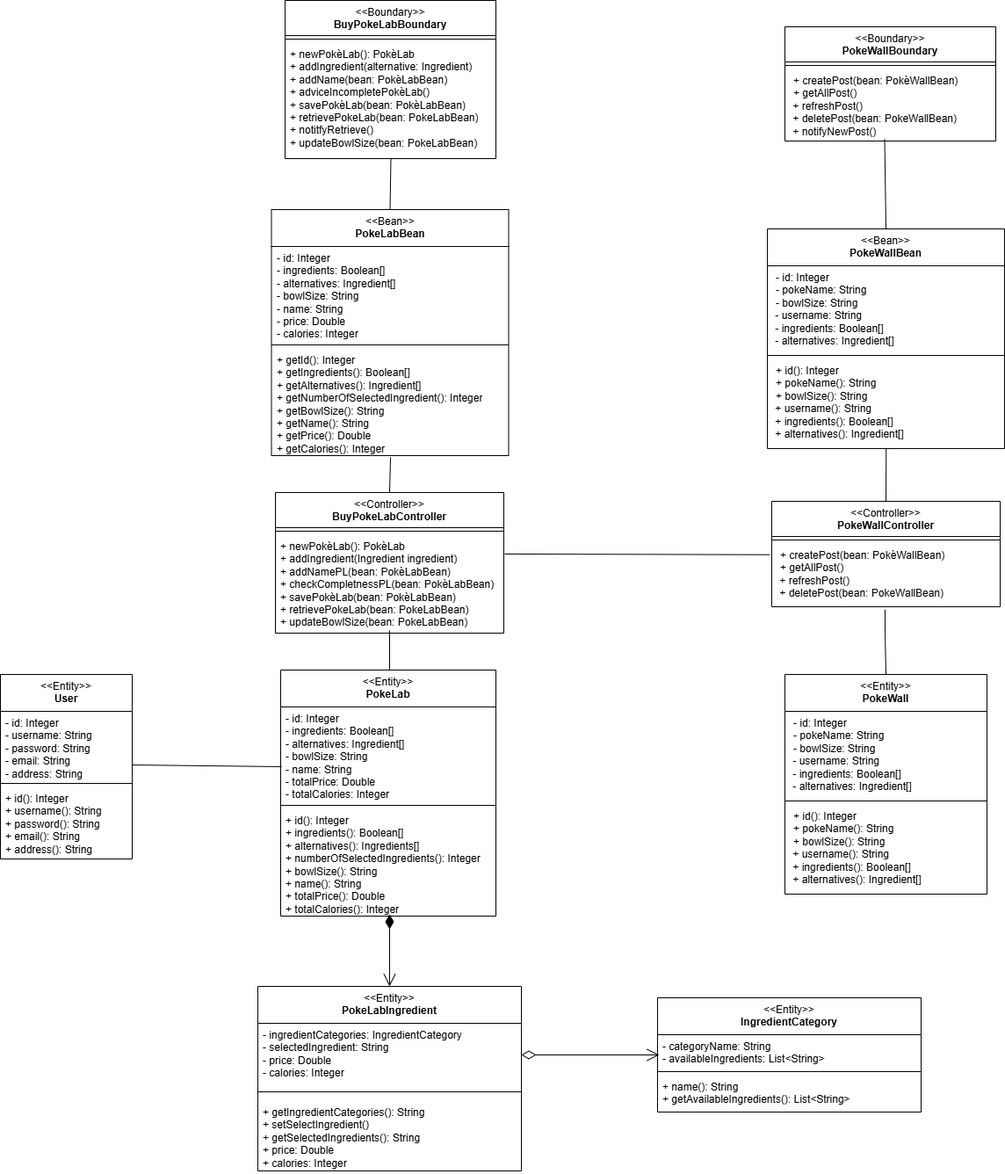
Above: diagrams/BCE.drawio.png in matteopinfildi/YourPoke-ISPWProject (draw.io), before the change. Source tidied: cells renumbered, new cells last; positions are measured from the earlier drawing's top-left corner, leaving out a move shared by most shapes.
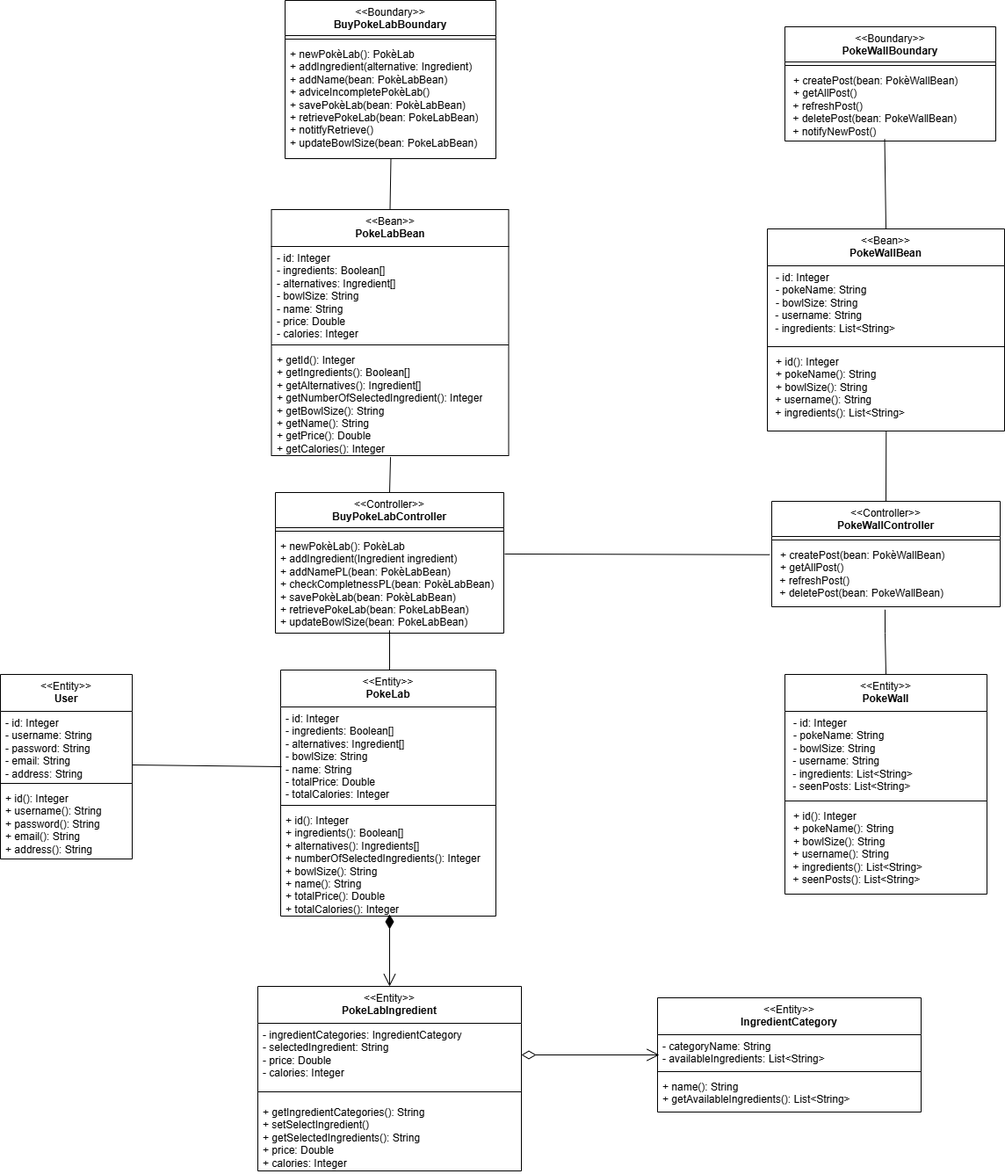
After the commit.

Change to the diagram source:
```diff
@@ -71,13 +71,13 @@
     <mxCell id="21" value="&lt;div&gt;&lt;span style=&quot;font-weight: 400;&quot;&gt;&amp;lt;&amp;lt;Entity&amp;gt;&amp;gt;&lt;/span&gt;&lt;br&gt;&lt;/div&gt;PokeWall" style="swimlane;fontStyle=1;align=center;verticalAlign=top;horizontal=1;startSize=42;whiteSpace=wrap;html=1;" parent="1" vertex="1">
       <mxGeometry x="893" y="767" width="230" height="250" as="geometry" />
     </mxCell>
-    <mxCell id="22" value="&lt;p style=&quot;margin: 0px 0px 0px 4px;&quot;&gt;- id: Integer&lt;/p&gt;&lt;p style=&quot;margin: 0px 0px 0px 4px;&quot;&gt;- pokeName: String&lt;/p&gt;&lt;p style=&quot;margin: 0px 0px 0px 4px;&quot;&gt;- bowlSize: String&lt;/p&gt;&amp;nbsp;- username: String&lt;div&gt;&amp;nbsp;- ingredients: Boolean[]&lt;/div&gt;&lt;div&gt;&amp;nbsp;- alternatives: Ingredient[]&lt;/div&gt;" style="text;strokeColor=none;fillColor=none;align=left;verticalAlign=top;spacingLeft=4;spacingRight=4;overflow=hidden;whiteSpace=wrap;html=1;" parent="21" vertex="1">
+    <mxCell id="22" value="&lt;p style=&quot;margin: 0px 0px 0px 4px;&quot;&gt;- id: Integer&lt;/p&gt;&lt;p style=&quot;margin: 0px 0px 0px 4px;&quot;&gt;- pokeName: String&lt;/p&gt;&lt;p style=&quot;margin: 0px 0px 0px 4px;&quot;&gt;- bowlSize: String&lt;/p&gt;&amp;nbsp;- username: String&lt;div&gt;&amp;nbsp;- ingredients: List&amp;lt;String&amp;gt;&lt;/div&gt;&lt;div&gt;&amp;nbsp;- seenPosts: List&amp;lt;String&amp;gt;&lt;/div&gt;" style="text;strokeColor=none;fillColor=none;align=left;verticalAlign=top;spacingLeft=4;spacingRight=4;overflow=hidden;whiteSpace=wrap;html=1;" parent="21" vertex="1">
       <mxGeometry y="42" width="230" height="98" as="geometry" />
     </mxCell>
     <mxCell id="23" style="line;strokeWidth=1;fillColor=none;align=left;verticalAlign=middle;spacingTop=-1;spacingLeft=3;spacingRight=3;labelPosition=right;strokeColor=inherit;" parent="21" vertex="1">
       <mxGeometry y="140" width="230" height="8" as="geometry" />
     </mxCell>
-    <mxCell id="24" value="&lt;p style=&quot;margin: 0px 0px 0px 4px;&quot;&gt;+ id(): Integer&lt;/p&gt;&lt;p style=&quot;margin: 0px 0px 0px 4px;&quot;&gt;+ pokeName(): String&lt;/p&gt;&lt;p style=&quot;margin: 0px 0px 0px 4px;&quot;&gt;+ bowlSize(): String&lt;/p&gt;&amp;nbsp;+ username(): String&lt;div&gt;&amp;nbsp;+ ingredients(): Boolean[]&lt;/div&gt;&lt;div&gt;&amp;nbsp;+ alternatives(): Ingredient[]&lt;/div&gt;" style="text;strokeColor=none;fillColor=none;align=left;verticalAlign=top;spacingLeft=4;spacingRight=4;overflow=hidden;whiteSpace=wrap;html=1;" parent="21" vertex="1">
+    <mxCell id="24" value="&lt;p style=&quot;margin: 0px 0px 0px 4px;&quot;&gt;+ id(): Integer&lt;/p&gt;&lt;p style=&quot;margin: 0px 0px 0px 4px;&quot;&gt;+ pokeName(): String&lt;/p&gt;&lt;p style=&quot;margin: 0px 0px 0px 4px;&quot;&gt;+ bowlSize(): String&lt;/p&gt;&amp;nbsp;+ username(): String&lt;div&gt;&amp;nbsp;+ ingredients(): List&amp;lt;String&amp;gt;&lt;/div&gt;&lt;div&gt;&amp;nbsp;+ seenPosts(): List&amp;lt;String&amp;gt;&lt;/div&gt;" style="text;strokeColor=none;fillColor=none;align=left;verticalAlign=top;spacingLeft=4;spacingRight=4;overflow=hidden;whiteSpace=wrap;html=1;" parent="21" vertex="1">
       <mxGeometry y="148" width="230" height="102" as="geometry" />
     </mxCell>
     <mxCell id="25" value="&lt;div&gt;&lt;span style=&quot;font-weight: 400;&quot;&gt;&amp;lt;&amp;lt;Entity&amp;gt;&amp;gt;&lt;/span&gt;&lt;br&gt;&lt;/div&gt;User" style="swimlane;fontStyle=1;align=center;verticalAlign=top;horizontal=1;startSize=42;whiteSpace=wrap;html=1;" parent="1" vertex="1">
@@ -138,16 +138,16 @@
       <mxGeometry relative="1" as="geometry" />
     </mxCell>
     <mxCell id="43" value="&lt;div&gt;&lt;span style=&quot;font-weight: 400;&quot;&gt;&amp;lt;&amp;lt;Bean&amp;gt;&amp;gt;&lt;/span&gt;&lt;br&gt;&lt;/div&gt;PokeWallBean" style="swimlane;fontStyle=1;align=center;verticalAlign=top;horizontal=1;startSize=42;whiteSpace=wrap;html=1;" parent="1" vertex="1">
-      <mxGeometry x="873" y="260" width="270" height="250" as="geometry" />
+      <mxGeometry x="873" y="260" width="270" height="230" as="geometry" />
     </mxCell>
-    <mxCell id="44" value="&lt;p style=&quot;margin: 0px 0px 0px 4px;&quot;&gt;- id: Integer&lt;/p&gt;&lt;p style=&quot;margin: 0px 0px 0px 4px;&quot;&gt;- pokeName: String&lt;/p&gt;&lt;p style=&quot;margin: 0px 0px 0px 4px;&quot;&gt;- bowlSize: String&lt;/p&gt;&amp;nbsp;- username: String&lt;div&gt;&amp;nbsp;- ingredients: Boolean[]&lt;/div&gt;&lt;div&gt;&amp;nbsp;- alternatives: Ingredient[]&lt;/div&gt;" style="text;strokeColor=none;fillColor=none;align=left;verticalAlign=top;spacingLeft=4;spacingRight=4;overflow=hidden;whiteSpace=wrap;html=1;" parent="43" vertex="1">
-      <mxGeometry y="42" width="270" height="98" as="geometry" />
+    <mxCell id="44" value="&lt;p style=&quot;margin: 0px 0px 0px 4px;&quot;&gt;- id: Integer&lt;/p&gt;&lt;p style=&quot;margin: 0px 0px 0px 4px;&quot;&gt;- pokeName: String&lt;/p&gt;&lt;p style=&quot;margin: 0px 0px 0px 4px;&quot;&gt;- bowlSize: String&lt;/p&gt;&amp;nbsp;- username: String&lt;div&gt;&amp;nbsp;- ingredients: List&amp;lt;String&amp;gt;&lt;/div&gt;" style="text;strokeColor=none;fillColor=none;align=left;verticalAlign=top;spacingLeft=4;spacingRight=4;overflow=hidden;whiteSpace=wrap;html=1;" parent="43" vertex="1">
+      <mxGeometry y="42" width="270" height="88" as="geometry" />
     </mxCell>
     <mxCell id="45" style="line;strokeWidth=1;fillColor=none;align=left;verticalAlign=middle;spacingTop=-1;spacingLeft=3;spacingRight=3;labelPosition=right;strokeColor=inherit;" parent="43" vertex="1">
-      <mxGeometry y="140" width="270" height="8" as="geometry" />
+      <mxGeometry y="130" width="270" height="8" as="geometry" />
     </mxCell>
-    <mxCell id="46" value="&lt;p style=&quot;margin: 0px 0px 0px 4px;&quot;&gt;+ id(): Integer&lt;/p&gt;&lt;p style=&quot;margin: 0px 0px 0px 4px;&quot;&gt;+ pokeName(): String&lt;/p&gt;&lt;p style=&quot;margin: 0px 0px 0px 4px;&quot;&gt;&lt;span style=&quot;background-color: transparent; color: light-dark(rgb(0, 0, 0), rgb(255, 255, 255));&quot;&gt;+ bowlSize(): String&lt;/span&gt;&lt;/p&gt;&amp;nbsp;+ username(): String&lt;div&gt;&amp;nbsp;+ ingredients(): Boolean[]&lt;/div&gt;&lt;div&gt;&amp;nbsp;+ alternatives(): Ingredient[]&lt;/div&gt;" style="text;strokeColor=none;fillColor=none;align=left;verticalAlign=top;spacingLeft=4;spacingRight=4;overflow=hidden;points=[[0,0.5],[1,0.5]];portConstraint=eastwest;whiteSpace=wrap;html=1;" parent="43" vertex="1">
-      <mxGeometry y="148" width="270" height="102" as="geometry" />
+    <mxCell id="46" value="&lt;p style=&quot;margin: 0px 0px 0px 4px;&quot;&gt;+ id(): Integer&lt;/p&gt;&lt;p style=&quot;margin: 0px 0px 0px 4px;&quot;&gt;+ pokeName(): String&lt;/p&gt;&lt;p style=&quot;margin: 0px 0px 0px 4px;&quot;&gt;&lt;span style=&quot;background-color: transparent; color: light-dark(rgb(0, 0, 0), rgb(255, 255, 255));&quot;&gt;+ bowlSize(): String&lt;/span&gt;&lt;/p&gt;&amp;nbsp;+ username(): String&lt;div&gt;&amp;nbsp;+ ingredients(): List&amp;lt;String&amp;gt;&lt;/div&gt;" style="text;strokeColor=none;fillColor=none;align=left;verticalAlign=top;spacingLeft=4;spacingRight=4;overflow=hidden;points=[[0,0.5],[1,0.5]];portConstraint=eastwest;whiteSpace=wrap;html=1;" parent="43" vertex="1">
+      <mxGeometry y="138" width="270" height="92" as="geometry" />
     </mxCell>
     <mxCell id="47" value="&lt;div&gt;&lt;span style=&quot;font-weight: normal;&quot;&gt;&amp;lt;&amp;lt;Boundary&amp;gt;&amp;gt;&lt;/span&gt;&lt;/div&gt;PokeWallBoundary" style="swimlane;fontStyle=1;align=center;verticalAlign=top;horizontal=1;startSize=40;whiteSpace=wrap;html=1;" parent="1" vertex="1">
       <mxGeometry x="893" y="30" width="240" height="130" as="geometry" />
```
